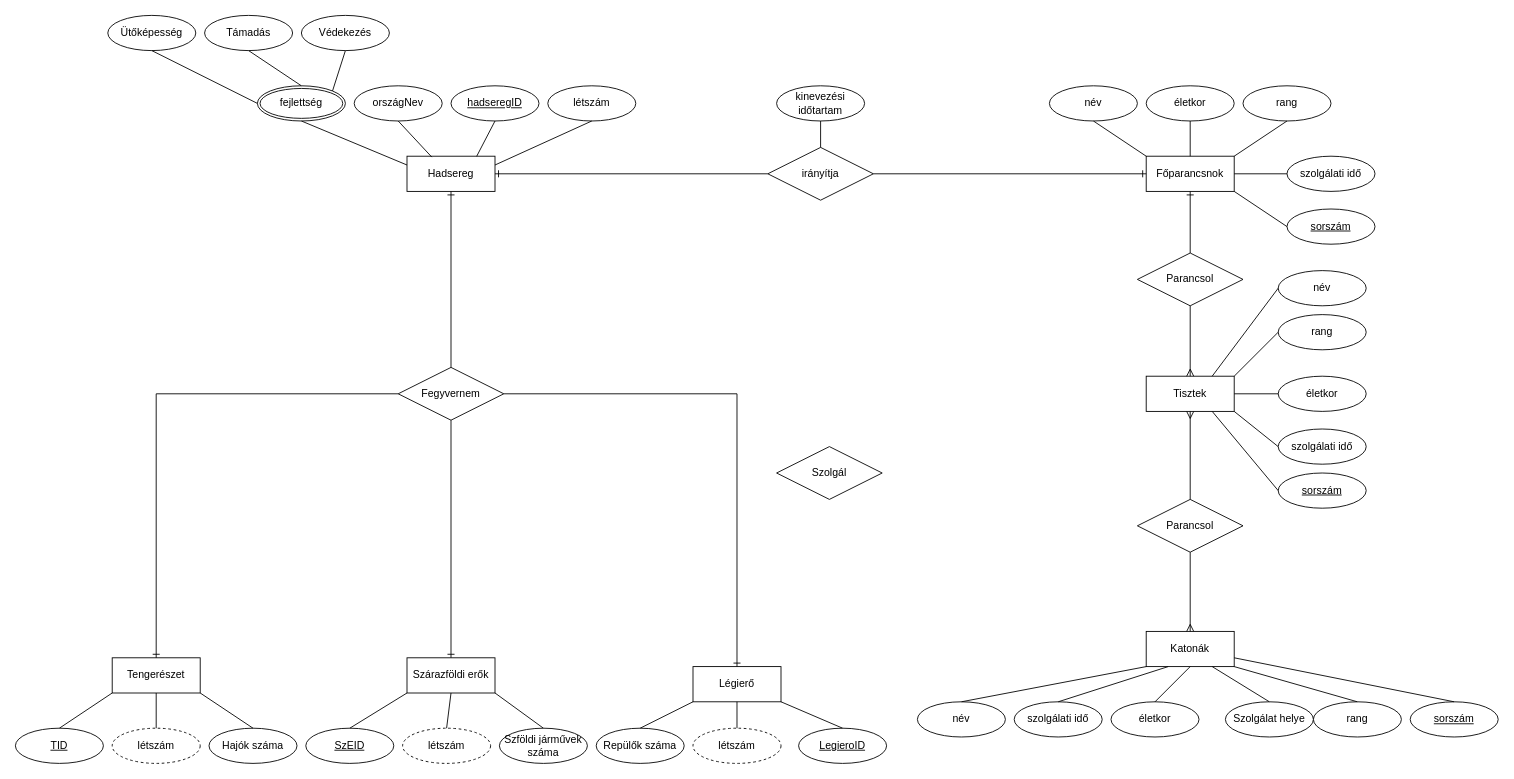
Before: DBSemTaskHEPMIU/ERhepmiu.drawio in urbanoliver/HEPMIU_DB1Gyak, a draw.io diagram. Source tidied: cells renumbered, new cells numbered last; positions are measured from the earlier drawing's top-left corner, leaving out a move shared by most shapes. Both pictures are drawn from the tidied source at 88%, with x=0, y=0 at pixel (15, 15).
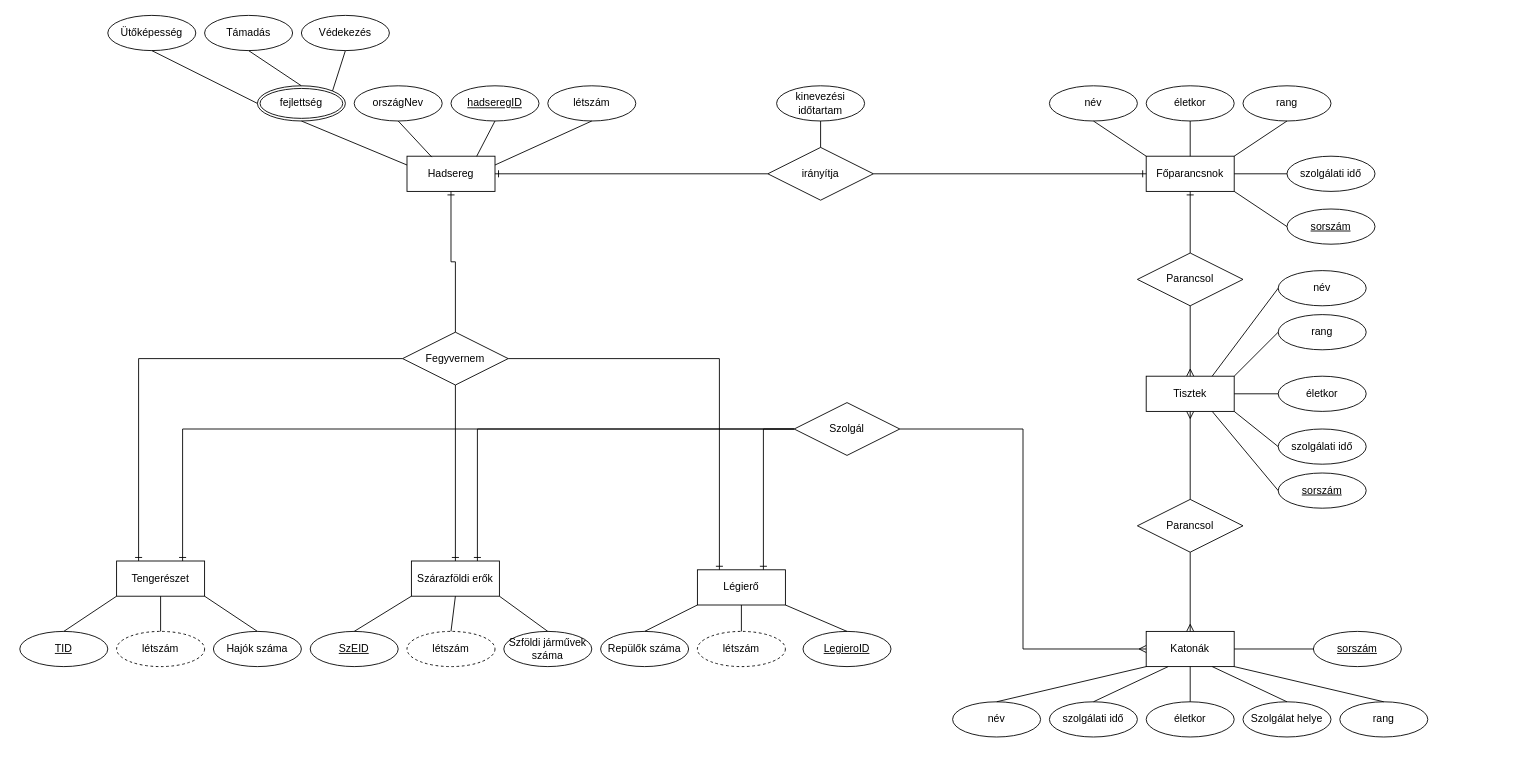
After the change.

The change refers to these unchanged cells:
```xml
<mxCell id="45" value="Katonák" style="whiteSpace=wrap;html=1;align=center;" parent="1" vertex="1">
  <mxGeometry x="1285" y="700" width="100" height="40" as="geometry" />
</mxCell>
```

What changed in the source:
```diff
@@
     <mxCell id="6" value="Szárazföldi erők" style="whiteSpace=wrap;html=1;align=center;" parent="1" vertex="1">
-      <mxGeometry x="445" y="730" width="100" height="40" as="geometry" />
+      <mxGeometry x="450" y="620" width="100" height="40" as="geometry" />
     </mxCell>
     <mxCell id="7" value="Légierő" style="whiteSpace=wrap;html=1;align=center;" parent="1" vertex="1">
-      <mxGeometry x="770" y="740" width="100" height="40" as="geometry" />
+      <mxGeometry x="775" y="630" width="100" height="40" as="geometry" />
     </mxCell>
-    <mxCell id="8" style="edgeStyle=orthogonalEdgeStyle;fontSize=12;html=1;endArrow=ERone;endFill=1;rounded=0;entryX=0.5;entryY=0;entryDx=0;entryDy=0;exitX=1;exitY=0.5;exitDx=0;exitDy=0;" parent="1" edge="1" source="14" target="7">
+    <mxCell id="8" style="edgeStyle=orthogonalEdgeStyle;fontSize=12;html=1;endArrow=ERone;endFill=1;rounded=0;entryX=0.25;entryY=0;entryDx=0;entryDy=0;exitX=1;exitY=0.5;exitDx=0;exitDy=0;" parent="1" edge="1" source="14" target="7">
       <mxGeometry relative="1" as="geometry" />
     </mxCell>
     <mxCell id="9" value="Tengerészet" style="whiteSpace=wrap;html=1;align=center;" parent="1" vertex="1">
-      <mxGeometry x="110" y="730" width="100" height="40" as="geometry" />
+      <mxGeometry x="115" y="620" width="100" height="40" as="geometry" />
     </mxCell>
-    <mxCell id="10" style="edgeStyle=orthogonalEdgeStyle;fontSize=12;html=1;endArrow=ERone;endFill=1;rounded=0;entryX=0.5;entryY=0;entryDx=0;entryDy=0;exitX=0;exitY=0.5;exitDx=0;exitDy=0;" parent="1" edge="1" source="14" target="9">
+    <mxCell id="10" style="edgeStyle=orthogonalEdgeStyle;fontSize=12;html=1;endArrow=ERone;endFill=1;rounded=0;entryX=0.25;entryY=0;entryDx=0;entryDy=0;exitX=0;exitY=0.5;exitDx=0;exitDy=0;" parent="1" edge="1" source="14" target="9">
       <mxGeometry relative="1" as="geometry" />
     </mxCell>
@@
     <mxCell id="14" value="Fegyvernem" style="shape=rhombus;perimeter=rhombusPerimeter;whiteSpace=wrap;html=1;align=center;" parent="1" vertex="1">
-      <mxGeometry x="435" y="400" width="120" height="60" as="geometry" />
+      <mxGeometry x="440" y="360" width="120" height="60" as="geometry" />
     </mxCell>
@@
     <mxCell id="47" value="szolgálati idő" style="ellipse;whiteSpace=wrap;html=1;align=center;" parent="1" vertex="1">
-      <mxGeometry x="1135" y="780" width="100" height="40" as="geometry" />
+      <mxGeometry x="1175" y="780" width="100" height="40" as="geometry" />
     </mxCell>
     <mxCell id="48" value="életkor" style="ellipse;whiteSpace=wrap;html=1;align=center;" parent="1" vertex="1">
-      <mxGeometry x="1245" y="780" width="100" height="40" as="geometry" />
+      <mxGeometry x="1285" y="780" width="100" height="40" as="geometry" />
     </mxCell>
     <mxCell id="49" value="rang" style="ellipse;whiteSpace=wrap;html=1;align=center;" parent="1" vertex="1">
-      <mxGeometry x="1475" y="780" width="100" height="40" as="geometry" />
+      <mxGeometry x="1505" y="780" width="100" height="40" as="geometry" />
     </mxCell>
     <mxCell id="50" value="név" style="ellipse;whiteSpace=wrap;html=1;align=center;" parent="1" vertex="1">
-      <mxGeometry x="1025" y="780" width="100" height="40" as="geometry" />
+      <mxGeometry x="1065" y="780" width="100" height="40" as="geometry" />
     </mxCell>
@@
     <mxCell id="54" value="sorszám" style="ellipse;whiteSpace=wrap;html=1;align=center;fontStyle=4;" parent="1" vertex="1">
-      <mxGeometry x="1585" y="780" width="100" height="40" as="geometry" />
+      <mxGeometry x="1475" y="700" width="100" height="40" as="geometry" />
     </mxCell>
@@
-    <mxCell id="59" style="endArrow=none;html=1;rounded=0;entryX=1;entryY=0.75;entryDx=0;entryDy=0;exitX=0.5;exitY=0;exitDx=0;exitDy=0;" parent="1" edge="1" source="54" target="45">
+    <mxCell id="59" style="endArrow=none;html=1;rounded=0;entryX=1;entryY=0.5;entryDx=0;entryDy=0;exitX=0;exitY=0.5;exitDx=0;exitDy=0;" parent="1" edge="1" source="54" target="45">
       <mxGeometry relative="1" as="geometry" />
     </mxCell>
     <mxCell id="60" value="SzEID" style="ellipse;whiteSpace=wrap;html=1;align=center;fontStyle=4;" parent="1" vertex="1">
-      <mxGeometry x="330" y="810" width="100" height="40" as="geometry" />
+      <mxGeometry x="335" y="700" width="100" height="40" as="geometry" />
     </mxCell>
     <mxCell id="61" value="LegieroID" style="ellipse;whiteSpace=wrap;html=1;align=center;fontStyle=4;" parent="1" vertex="1">
-      <mxGeometry x="890" y="810" width="100" height="40" as="geometry" />
+      <mxGeometry x="895" y="700" width="100" height="40" as="geometry" />
     </mxCell>
     <mxCell id="62" value="TID" style="ellipse;whiteSpace=wrap;html=1;align=center;fontStyle=4;" parent="1" vertex="1">
-      <mxGeometry y="810" width="100" height="40" as="geometry" />
+      <mxGeometry x="5" y="700" width="100" height="40" as="geometry" />
     </mxCell>
     <mxCell id="63" value="létszám" style="ellipse;whiteSpace=wrap;html=1;align=center;dashed=1;" parent="1" vertex="1">
-      <mxGeometry x="110" y="810" width="100" height="40" as="geometry" />
+      <mxGeometry x="115" y="700" width="100" height="40" as="geometry" />
     </mxCell>
     <mxCell id="64" value="létszám" style="ellipse;whiteSpace=wrap;html=1;align=center;dashed=1;" parent="1" vertex="1">
-      <mxGeometry x="440" y="810" width="100" height="40" as="geometry" />
+      <mxGeometry x="445" y="700" width="100" height="40" as="geometry" />
     </mxCell>
     <mxCell id="65" value="létszám" style="ellipse;whiteSpace=wrap;html=1;align=center;dashed=1;" parent="1" vertex="1">
-      <mxGeometry x="770" y="810" width="100" height="40" as="geometry" />
+      <mxGeometry x="775" y="700" width="100" height="40" as="geometry" />
     </mxCell>
     <mxCell id="66" value="Szolgálat helye" style="ellipse;whiteSpace=wrap;html=1;align=center;" parent="1" vertex="1">
-      <mxGeometry x="1375" y="780" width="100" height="40" as="geometry" />
+      <mxGeometry x="1395" y="780" width="100" height="40" as="geometry" />
     </mxCell>
@@
     <mxCell id="70" value="Repülők száma" style="ellipse;whiteSpace=wrap;html=1;align=center;" parent="1" vertex="1">
-      <mxGeometry x="660" y="810" width="100" height="40" as="geometry" />
+      <mxGeometry x="665" y="700" width="100" height="40" as="geometry" />
     </mxCell>
     <mxCell id="71" value="Szföldi járművek száma" style="ellipse;whiteSpace=wrap;html=1;align=center;" parent="1" vertex="1">
-      <mxGeometry x="550" y="810" width="100" height="40" as="geometry" />
+      <mxGeometry x="555" y="700" width="100" height="40" as="geometry" />
     </mxCell>
     <mxCell id="72" value="Hajók száma" style="ellipse;whiteSpace=wrap;html=1;align=center;" parent="1" vertex="1">
-      <mxGeometry x="220" y="810" width="100" height="40" as="geometry" />
+      <mxGeometry x="225" y="700" width="100" height="40" as="geometry" />
     </mxCell>
@@
     <mxCell id="88" value="Szolgál" style="shape=rhombus;perimeter=rhombusPerimeter;whiteSpace=wrap;html=1;align=center;" parent="1" vertex="1">
-      <mxGeometry x="865" y="490" width="120" height="60" as="geometry" />
+      <mxGeometry x="885" y="440" width="120" height="60" as="geometry" />
     </mxCell>
@@
+    <mxCell id="90" style="edgeStyle=orthogonalEdgeStyle;fontSize=12;html=1;endArrow=ERmany;rounded=0;entryX=0;entryY=0.5;entryDx=0;entryDy=0;exitX=1;exitY=0.5;exitDx=0;exitDy=0;" parent="1" edge="1" source="88" target="45">
+      <mxGeometry relative="1" as="geometry" />
+    </mxCell>
+    <mxCell id="91" style="edgeStyle=orthogonalEdgeStyle;fontSize=12;html=1;endArrow=ERone;endFill=1;rounded=0;exitX=0;exitY=0.5;exitDx=0;exitDy=0;entryX=0.75;entryY=0;entryDx=0;entryDy=0;" parent="1" edge="1" source="88" target="7">
+      <mxGeometry relative="1" as="geometry" />
+    </mxCell>
+    <mxCell id="92" style="edgeStyle=orthogonalEdgeStyle;fontSize=12;html=1;endArrow=ERone;endFill=1;rounded=0;exitX=0;exitY=0.5;exitDx=0;exitDy=0;entryX=0.75;entryY=0;entryDx=0;entryDy=0;" parent="1" edge="1" source="88" target="6">
+      <mxGeometry relative="1" as="geometry" />
+    </mxCell>
+    <mxCell id="93" style="edgeStyle=orthogonalEdgeStyle;fontSize=12;html=1;endArrow=ERone;endFill=1;rounded=0;exitX=0;exitY=0.5;exitDx=0;exitDy=0;entryX=0.75;entryY=0;entryDx=0;entryDy=0;" parent="1" edge="1" source="88" target="9">
+      <mxGeometry relative="1" as="geometry" />
+    </mxCell>
```
